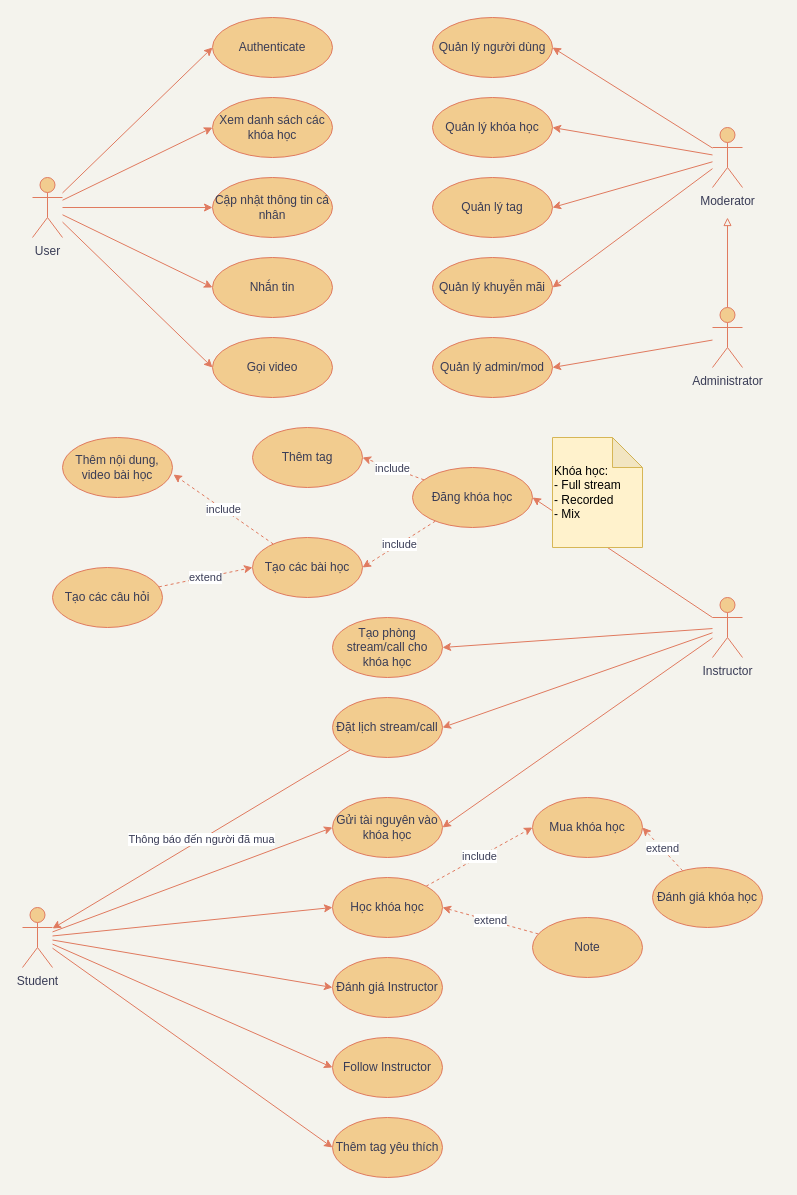
This is docs/graph/usecase.drawio from SownBanana/HUST-graduate-project, a draw.io file, before an edit. Source tidied: cells renumbered, new cells numbered last; positions are measured from the earlier drawing's top-left corner, leaving out a move shared by most shapes. Both pictures are drawn from the tidied source at 100%, with x=0, y=0 at pixel (22, 17).
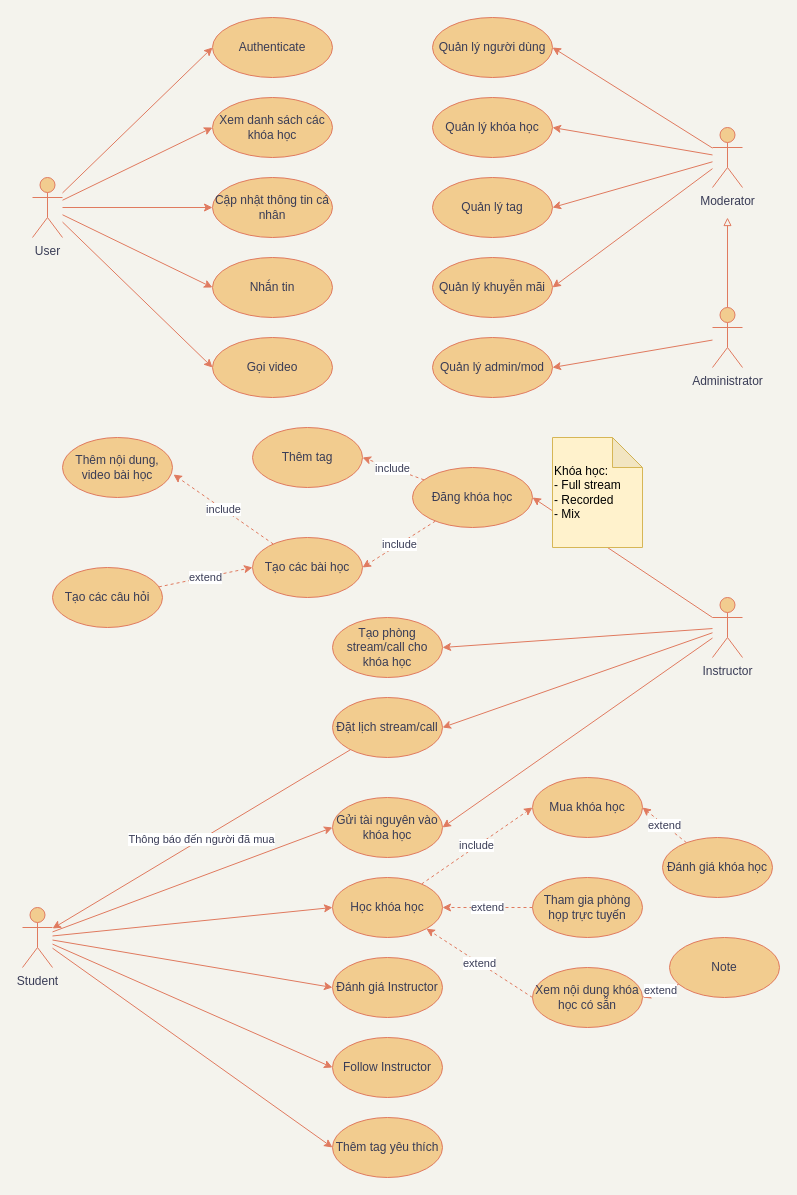
Above is the later version.

Unchanged cells that the change refers to:
```xml
<mxCell id="56" value="Học khóa học" style="ellipse;whiteSpace=wrap;html=1;rounded=0;sketch=0;strokeColor=#E07A5F;fillColor=#F2CC8F;fontColor=#393C56;" parent="1" vertex="1">
  <mxGeometry x="310" y="860" width="110" height="60" as="geometry" />
</mxCell>
```

The edit, as a diff of the source:
```diff
@@
     <mxCell id="49" value="Mua khóa học" style="ellipse;whiteSpace=wrap;html=1;rounded=0;sketch=0;strokeColor=#E07A5F;fillColor=#F2CC8F;fontColor=#393C56;" parent="1" vertex="1">
-      <mxGeometry x="510" y="780" width="110" height="60" as="geometry" />
+      <mxGeometry x="510" y="760" width="110" height="60" as="geometry" />
     </mxCell>
@@
     <mxCell id="51" value="Đánh giá khóa học" style="ellipse;whiteSpace=wrap;html=1;rounded=0;sketch=0;strokeColor=#E07A5F;fillColor=#F2CC8F;fontColor=#393C56;" parent="1" vertex="1">
-      <mxGeometry x="630" y="850" width="110" height="60" as="geometry" />
+      <mxGeometry x="640" y="820" width="110" height="60" as="geometry" />
     </mxCell>
@@
-    <mxCell id="59" value="Note" style="ellipse;whiteSpace=wrap;html=1;rounded=0;sketch=0;strokeColor=#E07A5F;fillColor=#F2CC8F;fontColor=#393C56;" parent="1" vertex="1">
-      <mxGeometry x="510" y="900" width="110" height="60" as="geometry" />
+    <mxCell id="59" value="Tham gia phòng họp trực tuyến" style="ellipse;whiteSpace=wrap;html=1;rounded=0;sketch=0;strokeColor=#E07A5F;fillColor=#F2CC8F;fontColor=#393C56;" parent="1" vertex="1">
+      <mxGeometry x="510" y="860" width="110" height="60" as="geometry" />
     </mxCell>
@@
+    <mxCell id="61" value="Xem nội dung khóa học có sẵn" style="ellipse;whiteSpace=wrap;html=1;rounded=0;sketch=0;strokeColor=#E07A5F;fillColor=#F2CC8F;fontColor=#393C56;" parent="1" vertex="1">
+      <mxGeometry x="510" y="950" width="110" height="60" as="geometry" />
+    </mxCell>
+    <mxCell id="62" value="extend" style="edgeStyle=none;rounded=1;sketch=0;jettySize=auto;html=1;entryX=1;entryY=1;entryDx=0;entryDy=0;dashed=1;strokeColor=#E07A5F;fillColor=#F2CC8F;fontColor=#393C56;exitX=0;exitY=0.5;exitDx=0;exitDy=0;" parent="1" edge="1" source="61" target="56">
+      <mxGeometry relative="1" as="geometry" />
+    </mxCell>
+    <mxCell id="63" value="Note" style="ellipse;whiteSpace=wrap;html=1;rounded=0;sketch=0;strokeColor=#E07A5F;fillColor=#F2CC8F;fontColor=#393C56;" parent="1" vertex="1">
+      <mxGeometry x="647" y="920" width="110" height="60" as="geometry" />
+    </mxCell>
+    <mxCell id="64" value="extend" style="edgeStyle=none;rounded=1;sketch=0;jettySize=auto;html=1;entryX=1;entryY=0.5;entryDx=0;entryDy=0;dashed=1;strokeColor=#E07A5F;fillColor=#F2CC8F;fontColor=#393C56;" parent="1" edge="1" source="63" target="61">
+      <mxGeometry relative="1" as="geometry" />
+    </mxCell>
```
